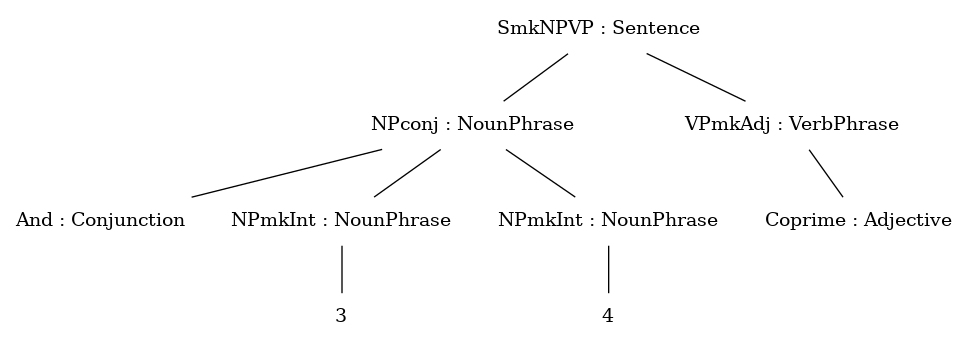
This is ast.png from pkshashank/Winter, a Graphviz export, as it was before one commit. Its source is kept beside it as ast.dot.
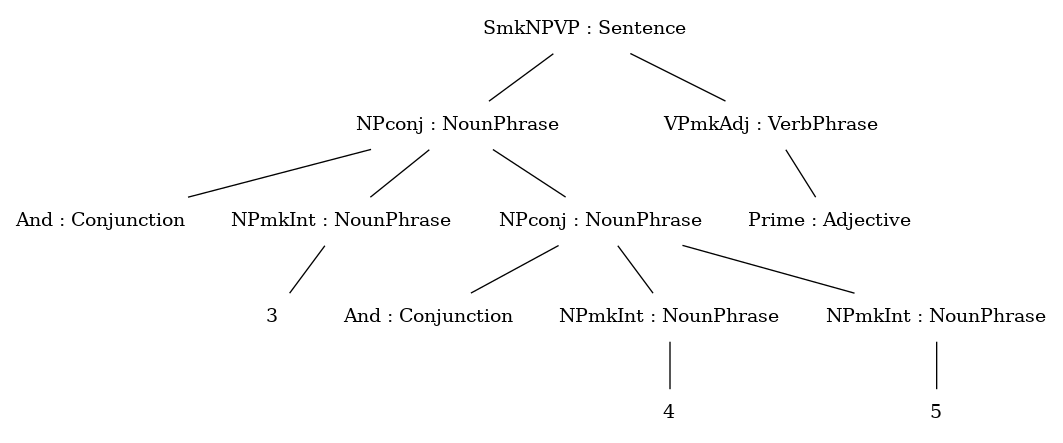
The same file after the commit.

Change to the diagram source:
```diff
@@ -8,12 +8,20 @@
 n0_0 -- n1_0_0 [style = "solid"];
 n0_1_0_0[label = "3", style = "solid", shape = "plaintext"] ;
 n1_0_0 -- n0_1_0_0 [style = "solid"];
-n2_0_0[label = "NPmkInt : NounPhrase", style = "solid", shape = "plaintext"] ;
+n2_0_0[label = "NPconj : NounPhrase", style = "solid", shape = "plaintext"] ;
 n0_0 -- n2_0_0 [style = "solid"];
-n0_2_0_0[label = "4", style = "solid", shape = "plaintext"] ;
+n0_2_0_0[label = "And : Conjunction", style = "solid", shape = "plaintext"] ;
 n2_0_0 -- n0_2_0_0 [style = "solid"];
+n1_2_0_0[label = "NPmkInt : NounPhrase", style = "solid", shape = "plaintext"] ;
+n2_0_0 -- n1_2_0_0 [style = "solid"];
+n0_1_2_0_0[label = "4", style = "solid", shape = "plaintext"] ;
+n1_2_0_0 -- n0_1_2_0_0 [style = "solid"];
+n2_2_0_0[label = "NPmkInt : NounPhrase", style = "solid", shape = "plaintext"] ;
+n2_0_0 -- n2_2_0_0 [style = "solid"];
+n0_2_2_0_0[label = "5", style = "solid", shape = "plaintext"] ;
+n2_2_0_0 -- n0_2_2_0_0 [style = "solid"];
 n1_0[label = "VPmkAdj : VerbPhrase", style = "solid", shape = "plaintext"] ;
 n0 -- n1_0 [style = "solid"];
-n0_1_0[label = "Coprime : Adjective", style = "solid", shape = "plaintext"] ;
+n0_1_0[label = "Prime : Adjective", style = "solid", shape = "plaintext"] ;
 n1_0 -- n0_1_0 [style = "solid"];
 }
```
